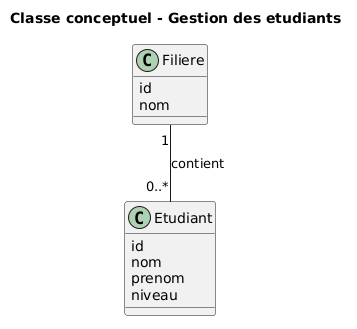
Before: docs/uml/images/classe-conceptuel.png, a diagram exported from PlantUML (mehdidabaj/app-etudiant). Its source is kept beside it as docs/uml/classe-conceptuel.puml.
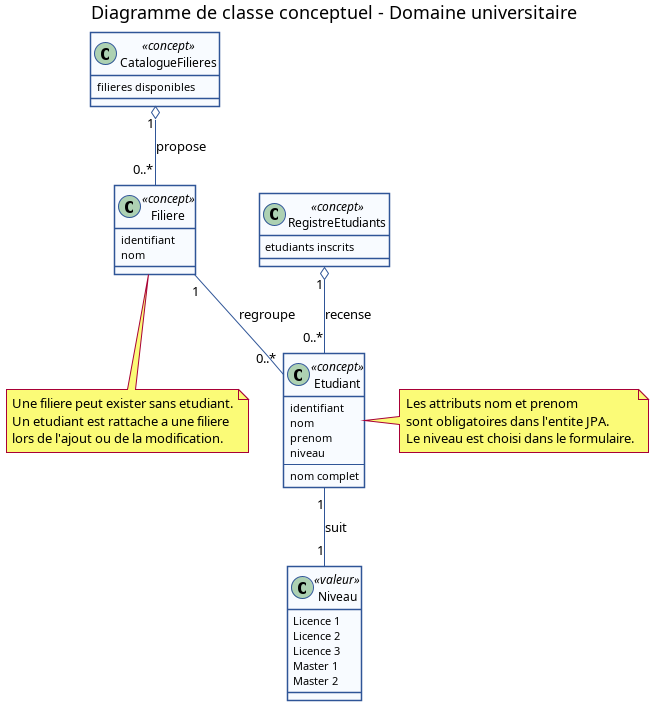
After the change.

Diff of the diagram source:
```diff
@@ -1,21 +1,59 @@
 @startuml
-title Classe conceptuel - Gestion des etudiants
+title Diagramme de classe conceptuel - Domaine universitaire
 
 skinparam classAttributeIconSize 0
 skinparam shadowing false
+skinparam class {
+  BackgroundColor #F8FBFF
+  BorderColor #2F5597
+  ArrowColor #2F5597
+}
 
-class Etudiant {
-  id
+class Etudiant <<concept>> {
+  identifiant
   nom
   prenom
   niveau
+  --
+  nom complet
 }
 
-class Filiere {
-  id
+class Filiere <<concept>> {
+  identifiant
   nom
 }
 
-Filiere "1" -- "0..*" Etudiant : contient
+class Niveau <<valeur>> {
+  Licence 1
+  Licence 2
+  Licence 3
+  Master 1
+  Master 2
+}
+
+class CatalogueFilieres <<concept>> {
+  filieres disponibles
+}
+
+class RegistreEtudiants <<concept>> {
+  etudiants inscrits
+}
+
+RegistreEtudiants "1" o-- "0..*" Etudiant : recense
+CatalogueFilieres "1" o-- "0..*" Filiere : propose
+Filiere "1" -- "0..*" Etudiant : regroupe
+Etudiant "1" -- "1" Niveau : suit
+
+note right of Etudiant
+  Les attributs nom et prenom
+  sont obligatoires dans l'entite JPA.
+  Le niveau est choisi dans le formulaire.
+end note
+
+note bottom of Filiere
+  Une filiere peut exister sans etudiant.
+  Un etudiant est rattache a une filiere
+  lors de l'ajout ou de la modification.
+end note
 
 @enduml
```
